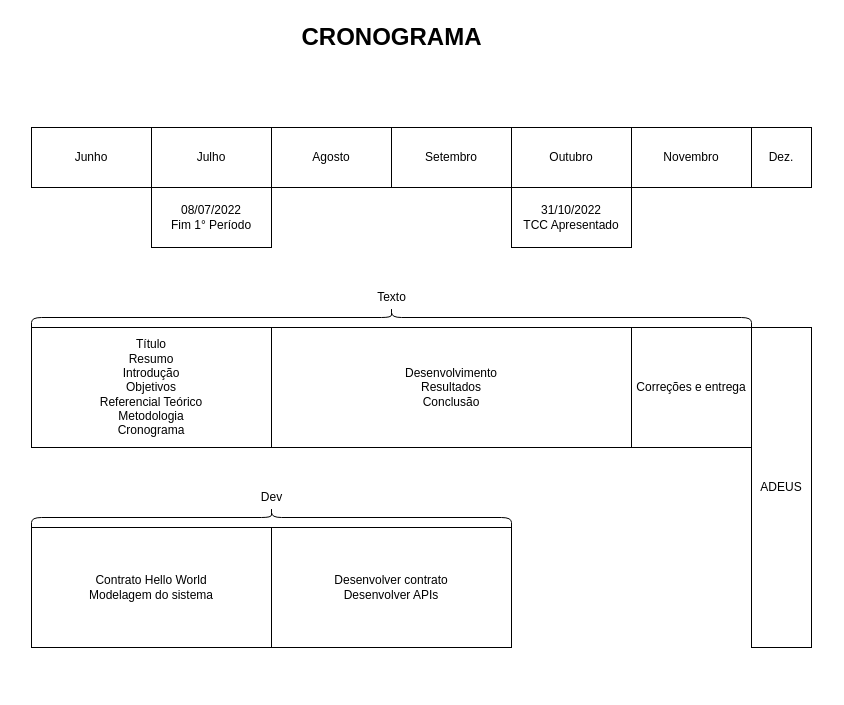
The draw.io diagram page "Schedule" (2 of 3) of docs/drafts.drawio in garymsilva/tcc, before the edit. Source tidied: cells renumbered, new cells numbered last; positions are measured from the earlier drawing's top-left corner, leaving out a move shared by most shapes. Both pictures are drawn from the tidied source at 100%, with x=0, y=0 at pixel (31, -43).
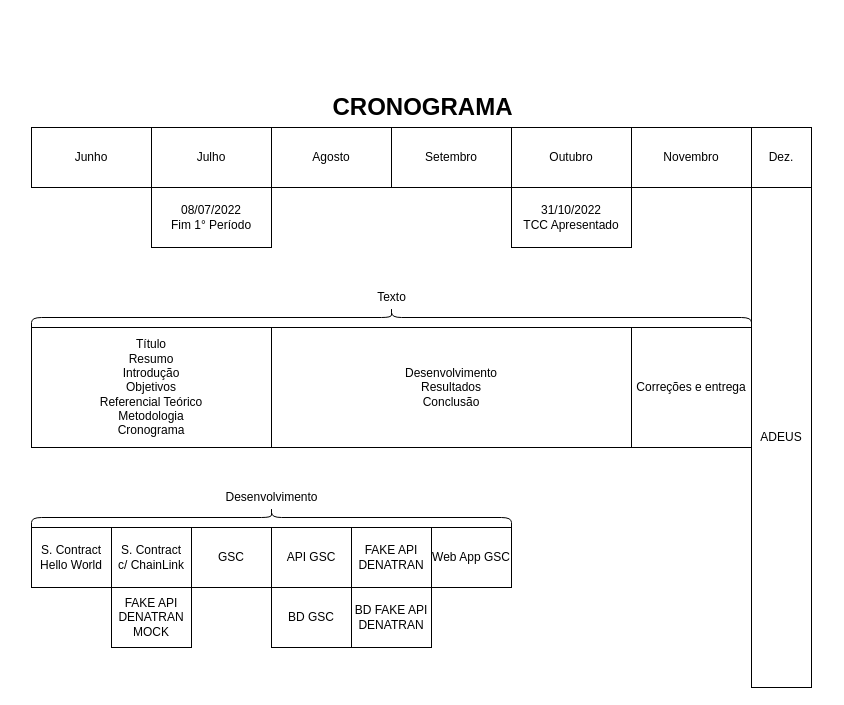
Above is the later version.

Diff of the diagram source:
```diff
@@
-    <mxCell id="14" value="Contrato Hello World&lt;br&gt;Modelagem do sistema" style="rounded=0;whiteSpace=wrap;html=1;align=center;" parent="1" vertex="1">
-      <mxGeometry y="570" width="240" height="120" as="geometry" />
-    </mxCell>
-    <mxCell id="15" value="Desenvolver contrato&lt;br&gt;Desenvolver APIs" style="rounded=0;whiteSpace=wrap;html=1;align=center;" parent="1" vertex="1">
-      <mxGeometry x="240" y="570" width="240" height="120" as="geometry" />
-    </mxCell>
@@
-    <mxCell id="17" value="Dev" style="text;html=1;align=center;verticalAlign=middle;strokeColor=none;fillColor=none;" parent="1" vertex="1">
-      <mxGeometry x="220" y="530" width="40" height="20" as="geometry" />
+    <mxCell id="17" value="Desenvolvimento" style="text;html=1;align=center;verticalAlign=middle;strokeColor=none;fillColor=none;" parent="1" vertex="1">
+      <mxGeometry x="185" y="530" width="110" height="20" as="geometry" />
     </mxCell>
@@
     <mxCell id="20" value="ADEUS" style="rounded=0;whiteSpace=wrap;html=1;" parent="1" vertex="1">
-      <mxGeometry x="720" y="370" width="60" height="320" as="geometry" />
+      <mxGeometry x="720" y="230" width="60" height="500" as="geometry" />
     </mxCell>
     <mxCell id="21" value="CRONOGRAMA" style="text;strokeColor=none;fillColor=none;html=1;fontSize=24;fontStyle=1;verticalAlign=middle;align=center;" parent="1" vertex="1">
-      <mxGeometry x="310" y="60" width="100" height="40" as="geometry" />
+      <mxGeometry x="-14" y="130" width="810" height="40" as="geometry" />
     </mxCell>
+    <mxCell id="22" value="S. Contract&lt;br&gt;Hello World" style="rounded=0;whiteSpace=wrap;html=1;fontFamily=Helvetica;" parent="1" vertex="1">
+      <mxGeometry y="570" width="80" height="60" as="geometry" />
+    </mxCell>
+    <mxCell id="23" value="S. Contract&lt;br&gt;c/ ChainLink" style="rounded=0;whiteSpace=wrap;html=1;fontFamily=Helvetica;" parent="1" vertex="1">
+      <mxGeometry x="80" y="570" width="80" height="60" as="geometry" />
+    </mxCell>
+    <mxCell id="24" value="GSC" style="rounded=0;whiteSpace=wrap;html=1;fontFamily=Helvetica;" parent="1" vertex="1">
+      <mxGeometry x="160" y="570" width="80" height="60" as="geometry" />
+    </mxCell>
+    <mxCell id="25" value="FAKE API DENATRAN&lt;br&gt;MOCK" style="rounded=0;whiteSpace=wrap;html=1;fontFamily=Helvetica;" parent="1" vertex="1">
+      <mxGeometry x="80" y="630" width="80" height="60" as="geometry" />
+    </mxCell>
+    <mxCell id="26" value="API GSC" style="rounded=0;whiteSpace=wrap;html=1;fontFamily=Helvetica;" parent="1" vertex="1">
+      <mxGeometry x="240" y="570" width="80" height="60" as="geometry" />
+    </mxCell>
+    <mxCell id="27" value="BD GSC" style="rounded=0;whiteSpace=wrap;html=1;fontFamily=Helvetica;" parent="1" vertex="1">
+      <mxGeometry x="240" y="630" width="80" height="60" as="geometry" />
+    </mxCell>
+    <mxCell id="28" value="FAKE API DENATRAN" style="rounded=0;whiteSpace=wrap;html=1;fontFamily=Helvetica;" parent="1" vertex="1">
+      <mxGeometry x="320" y="570" width="80" height="60" as="geometry" />
+    </mxCell>
+    <mxCell id="29" value="BD FAKE API DENATRAN" style="rounded=0;whiteSpace=wrap;html=1;fontFamily=Helvetica;" parent="1" vertex="1">
+      <mxGeometry x="320" y="630" width="80" height="60" as="geometry" />
+    </mxCell>
+    <mxCell id="30" value="Web App GSC" style="rounded=0;whiteSpace=wrap;html=1;fontFamily=Helvetica;" parent="1" vertex="1">
+      <mxGeometry x="400" y="570" width="80" height="60" as="geometry" />
+    </mxCell>
```
